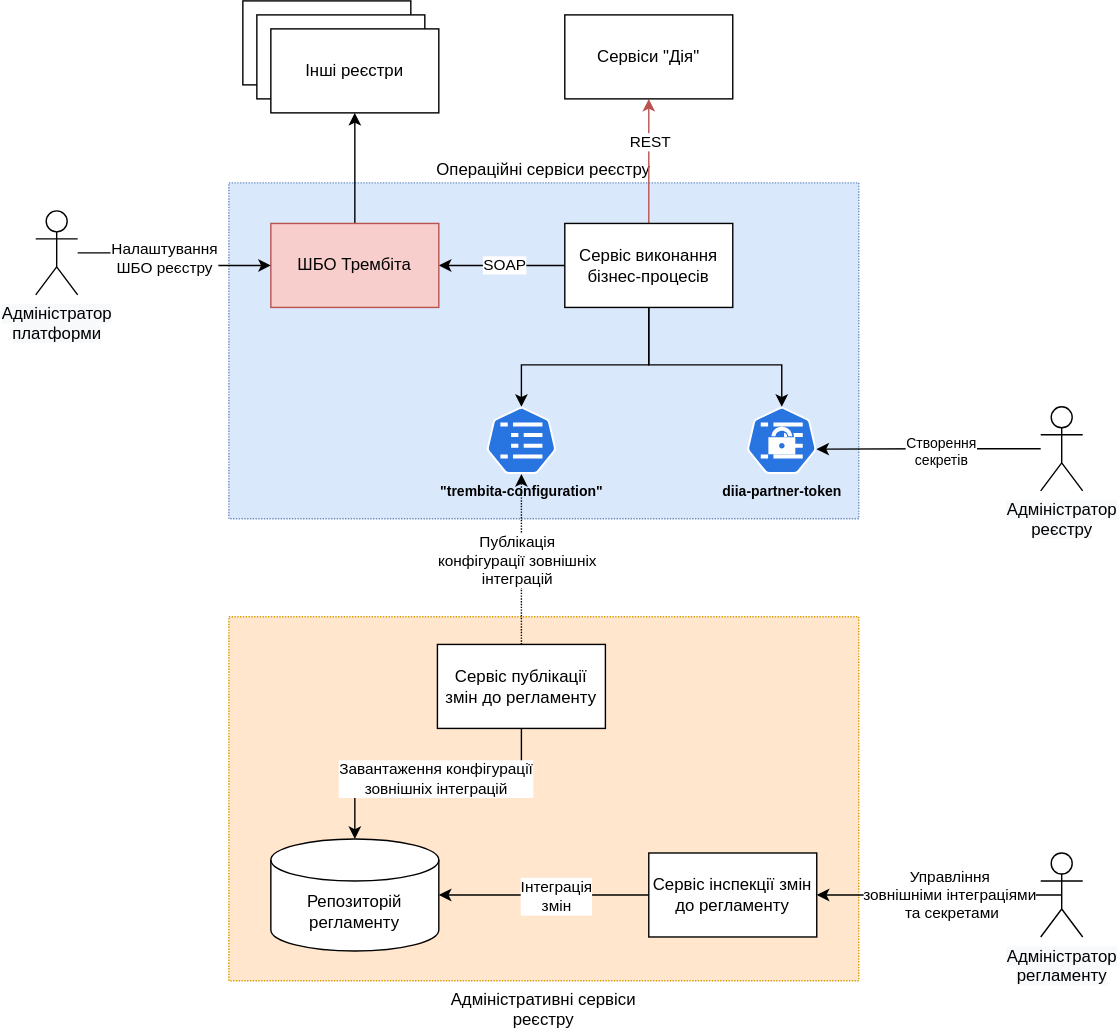
epam/edp-ddm-architecture keeps this draw.io diagram as modules/tech/images/lowcode/registry-ext-systems-secrets-baseline.svg. Above is the earlier version. Source tidied: cells renumbered, new cells last; positions are measured from the earlier drawing's top-left corner, leaving out a move shared by most shapes.
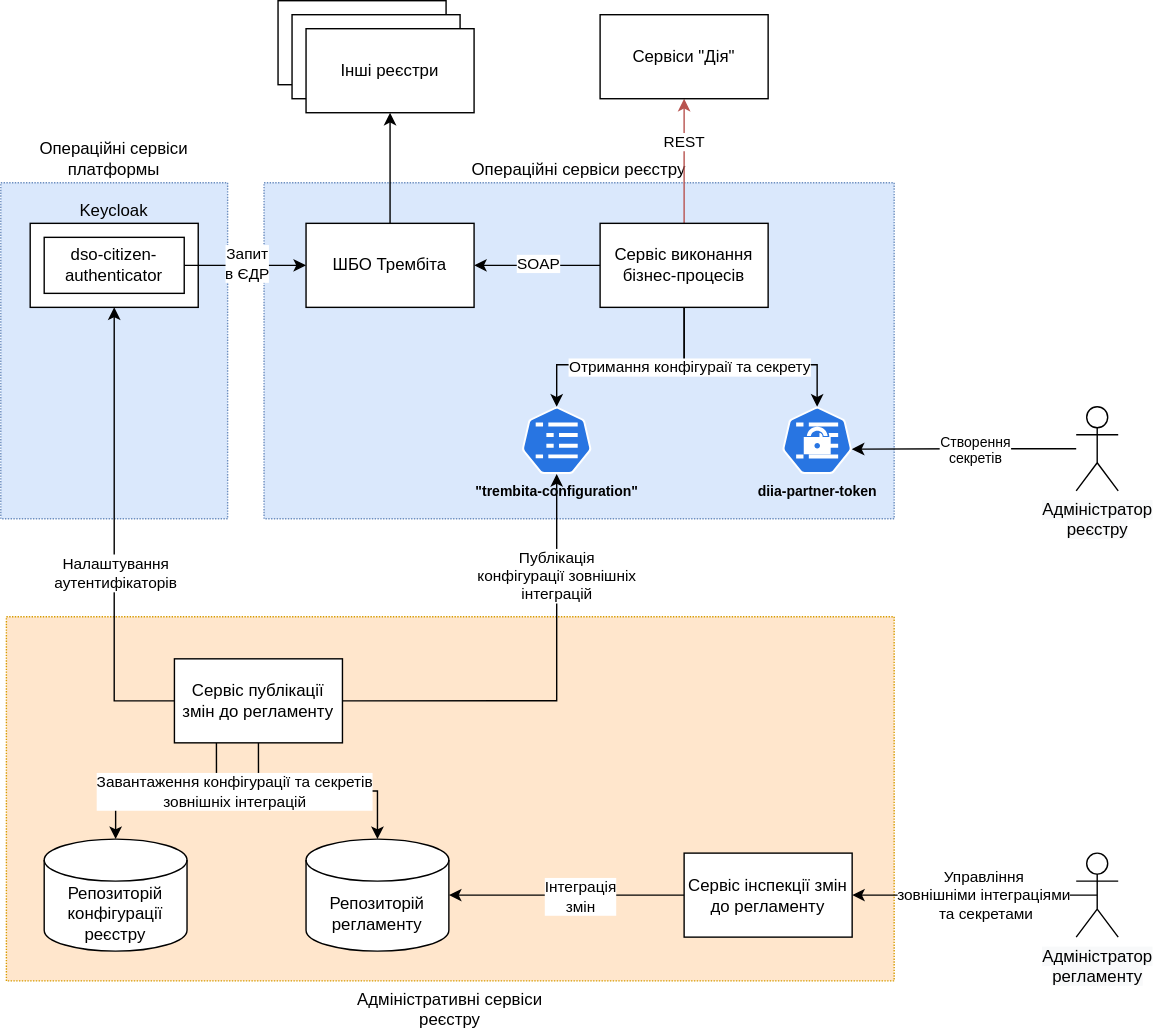
After the commit.

Commit message:
[MDTUDDM-4726] Managing registry external systems configuration and secrets

What changed in the source:
```diff
@@ -37,25 +37,39 @@
         </Array>
       </mxGeometry>
     </mxCell>
+    <mxCell id="38" value="Отримання конфігураії та секрету" style="edgeLabel;html=1;align=center;verticalAlign=middle;" parent="8" vertex="1">
+      <mxGeometry x="-0.47" y="-1" relative="1" as="geometry">
+        <mxPoint y="1" as="offset" />
+      </mxGeometry>
+    </mxCell>
     <mxCell id="9" value="Сервіс виконання бізнес-процесів" style="rounded=0;whiteSpace=wrap;html=1;" parent="1" vertex="1">
       <mxGeometry x="378" y="159" width="120" height="60" as="geometry" />
     </mxCell>
     <mxCell id="10" value="&lt;span style=&quot;text-align: left;&quot;&gt;Адміністративні сервіси &lt;br&gt;реєстру&lt;/span&gt;" style="rounded=0;whiteSpace=wrap;html=1;dashed=1;labelPosition=center;verticalLabelPosition=bottom;align=center;verticalAlign=top;dashPattern=1 1;fillColor=#ffe6cc;strokeColor=#d79b00;" parent="1" vertex="1">
-      <mxGeometry x="138" y="440" width="450" height="260" as="geometry" />
+      <mxGeometry x="-46" y="440" width="634" height="260" as="geometry" />
     </mxCell>
     <mxCell id="11" style="edgeStyle=orthogonalEdgeStyle;rounded=0;jettySize=auto;html=1;entryX=0.5;entryY=0;entryDx=0;entryDy=0;entryPerimeter=0;exitX=0.5;exitY=1;exitDx=0;exitDy=0;" parent="1" edge="1" source="13" target="14">
       <mxGeometry relative="1" as="geometry" />
     </mxCell>
-    <mxCell id="12" value="Завантаження конфігурації&lt;br&gt;зовнішніх інтеграцій" style="edgeLabel;html=1;align=center;verticalAlign=middle;labelBackgroundColor=default;" parent="11" vertex="1">
-      <mxGeometry x="0.02" relative="1" as="geometry">
-        <mxPoint y="-4" as="offset" />
-      </mxGeometry>
-    </mxCell>
+    <mxCell id="39" style="edgeStyle=orthogonalEdgeStyle;rounded=0;jettySize=auto;html=1;entryX=0.5;entryY=0;entryDx=0;entryDy=0;entryPerimeter=0;exitX=0.25;exitY=1;exitDx=0;exitDy=0;" parent="1" edge="1" source="13" target="46">
+      <mxGeometry relative="1" as="geometry" />
+    </mxCell>
+    <mxCell id="40" value="Завантаження конфігурації та секретів&lt;br&gt;зовнішніх інтеграцій" style="edgeLabel;html=1;align=center;verticalAlign=middle;" parent="39" vertex="1">
+      <mxGeometry x="-0.46" relative="1" as="geometry">
+        <mxPoint x="16" as="offset" />
+      </mxGeometry>
+    </mxCell>
+    <mxCell id="20" style="edgeStyle=orthogonalEdgeStyle;rounded=0;jettySize=auto;html=1;exitX=1;exitY=0.5;exitDx=0;exitDy=0;entryX=0.5;entryY=1;entryDx=0;entryDy=0;entryPerimeter=0;" parent="1" edge="1" source="13" target="23">
+      <mxGeometry relative="1" as="geometry" />
+    </mxCell>
+    <mxCell id="21" value="Публікація&lt;br&gt;конфігурації зовнішніх&lt;br&gt;інтеграцій" style="edgeLabel;html=1;align=center;verticalAlign=middle;" parent="20" vertex="1">
+      <mxGeometry x="0.54" relative="1" as="geometry" />
+    </mxCell>
     <mxCell id="13" value="Сервіс публікації змін до регламенту" style="rounded=0;whiteSpace=wrap;html=1;" parent="1" vertex="1">
-      <mxGeometry x="287" y="459.8" width="120" height="60" as="geometry" />
+      <mxGeometry x="74" y="470" width="120" height="60" as="geometry" />
     </mxCell>
     <mxCell id="14" value="Репозиторій регламенту" style="shape=cylinder3;whiteSpace=wrap;html=1;boundedLbl=1;backgroundOutline=1;size=15;" parent="1" vertex="1">
-      <mxGeometry x="168" y="598.8" width="120" height="80" as="geometry" />
+      <mxGeometry x="168" y="598.8" width="102" height="80" as="geometry" />
     </mxCell>
     <mxCell id="15" style="edgeStyle=orthogonalEdgeStyle;rounded=0;jettySize=auto;html=1;exitX=0.5;exitY=0.5;exitDx=0;exitDy=0;exitPerimeter=0;entryX=1;entryY=0.5;entryDx=0;entryDy=0;" parent="1" edge="1" source="22" target="19">
       <mxGeometry relative="1" as="geometry" />
@@ -76,14 +90,6 @@
     <mxCell id="19" value="Сервіс інспекції змін до регламенту" style="rounded=0;whiteSpace=wrap;html=1;" parent="1" vertex="1">
       <mxGeometry x="438" y="608.8" width="120" height="60" as="geometry" />
     </mxCell>
-    <mxCell id="20" style="edgeStyle=orthogonalEdgeStyle;rounded=0;jumpStyle=line;jumpSize=12;jettySize=auto;html=1;entryX=0.5;entryY=1;entryDx=0;entryDy=0;fontColor=default;startArrow=none;startFill=0;endArrow=classic;endFill=1;exitX=0.5;exitY=0;exitDx=0;exitDy=0;entryPerimeter=0;dashed=1;dashPattern=1 1;" parent="1" edge="1" source="13" target="23">
-      <mxGeometry relative="1" as="geometry" />
-    </mxCell>
-    <mxCell id="21" value="Публікація&lt;br&gt;конфігурації зовнішніх&lt;br&gt;інтеграцій" style="edgeLabel;html=1;align=center;verticalAlign=middle;fontColor=default;" parent="20" vertex="1">
-      <mxGeometry x="-0.74" y="-2" relative="1" as="geometry">
-        <mxPoint x="-6" y="-44" as="offset" />
-      </mxGeometry>
-    </mxCell>
     <mxCell id="22" value="&lt;span style=&quot;background-color: rgb(248, 249, 250);&quot;&gt;Адміністратор&lt;/span&gt;&lt;br style=&quot;background-color: rgb(248, 249, 250);&quot;&gt;&lt;span style=&quot;background-color: rgb(248, 249, 250);&quot;&gt;регламенту&lt;/span&gt;" style="shape=umlActor;verticalLabelPosition=bottom;verticalAlign=top;html=1;outlineConnect=0;labelBackgroundColor=default;fontColor=default;" parent="1" vertex="1">
       <mxGeometry x="718" y="608.8" width="30" height="60" as="geometry" />
     </mxCell>
@@ -93,7 +99,7 @@
     <mxCell id="24" style="edgeStyle=orthogonalEdgeStyle;rounded=0;jettySize=auto;html=1;" parent="1" edge="1" source="25" target="29">
       <mxGeometry relative="1" as="geometry" />
     </mxCell>
-    <mxCell id="25" value="ШБО Трембіта" style="rounded=0;whiteSpace=wrap;html=1;fillColor=#f8cecc;strokeColor=#b85450;" parent="1" vertex="1">
+    <mxCell id="25" value="ШБО Трембіта" style="rounded=0;whiteSpace=wrap;html=1;" parent="1" vertex="1">
       <mxGeometry x="168" y="159" width="120" height="60" as="geometry" />
     </mxCell>
     <mxCell id="26" style="group;" parent="1" vertex="1">
@@ -111,15 +117,6 @@
     <mxCell id="30" value="Сервіси &quot;Дія&quot;" style="rounded=0;whiteSpace=wrap;html=1;labelBackgroundColor=default;" parent="1" vertex="1">
       <mxGeometry x="378" y="10" width="120" height="60" as="geometry" />
     </mxCell>
-    <mxCell id="31" style="edgeStyle=orthogonalEdgeStyle;rounded=0;jettySize=auto;html=1;" parent="1" edge="1" source="33" target="25">
-      <mxGeometry relative="1" as="geometry" />
-    </mxCell>
-    <mxCell id="32" value="Налаштування &lt;br&gt;ШБО реєстру" style="edgeLabel;html=1;align=center;verticalAlign=middle;" parent="31" vertex="1">
-      <mxGeometry x="-0.18" y="-3" relative="1" as="geometry" />
-    </mxCell>
-    <mxCell id="33" value="&lt;span style=&quot;background-color: rgb(248, 249, 250);&quot;&gt;Адміністратор&lt;/span&gt;&lt;br style=&quot;background-color: rgb(248, 249, 250);&quot;&gt;&lt;span style=&quot;background-color: rgb(248, 249, 250);&quot;&gt;платформи&lt;/span&gt;" style="shape=umlActor;verticalLabelPosition=bottom;verticalAlign=top;html=1;outlineConnect=0;labelBackgroundColor=default;fontColor=default;" parent="1" vertex="1">
-      <mxGeometry y="150" width="30" height="60" as="geometry" />
-    </mxCell>
     <mxCell id="34" value="&lt;b style=&quot;font-size: 10px;&quot;&gt;diia-partner-token&lt;/b&gt;" style="sketch=0;html=1;dashed=0;whitespace=wrap;fillColor=#2875E2;strokeColor=#ffffff;points=[[0.005,0.63,0],[0.1,0.2,0],[0.9,0.2,0],[0.5,0,0],[0.995,0.63,0],[0.72,0.99,0],[0.5,1,0],[0.28,0.99,0]];shape=mxgraph.kubernetes.icon;prIcon=secret;labelPosition=center;verticalLabelPosition=bottom;align=center;verticalAlign=top;fontSize=10;" parent="1" vertex="1">
       <mxGeometry x="508" y="290" width="50" height="48" as="geometry" />
     </mxCell>
@@ -134,5 +131,35 @@
     <mxCell id="37" value="&lt;span style=&quot;background-color: rgb(248, 249, 250);&quot;&gt;Адміністратор&lt;/span&gt;&lt;br style=&quot;background-color: rgb(248, 249, 250);&quot;&gt;&lt;span style=&quot;background-color: rgb(248, 249, 250);&quot;&gt;реєстру&lt;/span&gt;" style="shape=umlActor;verticalLabelPosition=bottom;verticalAlign=top;html=1;outlineConnect=0;labelBackgroundColor=default;fontColor=default;" parent="1" vertex="1">
       <mxGeometry x="718" y="290" width="30" height="60" as="geometry" />
     </mxCell>
+    <mxCell id="41" value="Операційні сервіси платформы" style="rounded=0;whiteSpace=wrap;html=1;dashed=1;labelPosition=center;verticalLabelPosition=top;align=center;verticalAlign=bottom;dashPattern=1 1;fillColor=#dae8fc;strokeColor=#6c8ebf;" parent="1" vertex="1">
+      <mxGeometry x="-50" y="130" width="162" height="240" as="geometry" />
+    </mxCell>
+    <mxCell id="42" value="Keycloak" style="rounded=0;whiteSpace=wrap;html=1;labelPosition=center;verticalLabelPosition=top;align=center;verticalAlign=bottom;" parent="1" vertex="1">
+      <mxGeometry x="-29" y="159" width="120" height="60" as="geometry" />
+    </mxCell>
+    <mxCell id="43" style="edgeStyle=orthogonalEdgeStyle;rounded=0;jettySize=auto;html=1;" parent="1" edge="1" source="45" target="25">
+      <mxGeometry relative="1" as="geometry" />
+    </mxCell>
+    <mxCell id="44" value="Запит &lt;br&gt;в ЄДР" style="edgeLabel;html=1;align=center;verticalAlign=middle;" parent="43" vertex="1">
+      <mxGeometry x="0.01" y="2" relative="1" as="geometry">
+        <mxPoint y="1" as="offset" />
+      </mxGeometry>
+    </mxCell>
+    <mxCell id="45" value="dso-citizen-authenticator" style="rounded=0;whiteSpace=wrap;html=1;" parent="1" vertex="1">
+      <mxGeometry x="-19" y="169" width="100" height="40" as="geometry" />
+    </mxCell>
+    <mxCell id="46" value="Репозиторій конфігурації реєстру" style="shape=cylinder3;whiteSpace=wrap;html=1;boundedLbl=1;backgroundOutline=1;size=15;" parent="1" vertex="1">
+      <mxGeometry x="-19" y="598.8" width="102" height="80" as="geometry" />
+    </mxCell>
+    <mxCell id="47" style="edgeStyle=orthogonalEdgeStyle;rounded=0;jettySize=auto;html=1;exitX=0;exitY=0.5;exitDx=0;exitDy=0;" parent="1" edge="1" source="13" target="42">
+      <mxGeometry relative="1" as="geometry">
+        <Array as="points">
+          <mxPoint x="31" y="500" />
+        </Array>
+      </mxGeometry>
+    </mxCell>
+    <mxCell id="48" value="Налаштування &lt;br&gt;аутентифікаторів" style="edgeLabel;html=1;align=center;verticalAlign=middle;" parent="47" vertex="1">
+      <mxGeometry x="-0.17" y="-1" relative="1" as="geometry" />
+    </mxCell>
   </root>
 </mxGraphModel>
```
